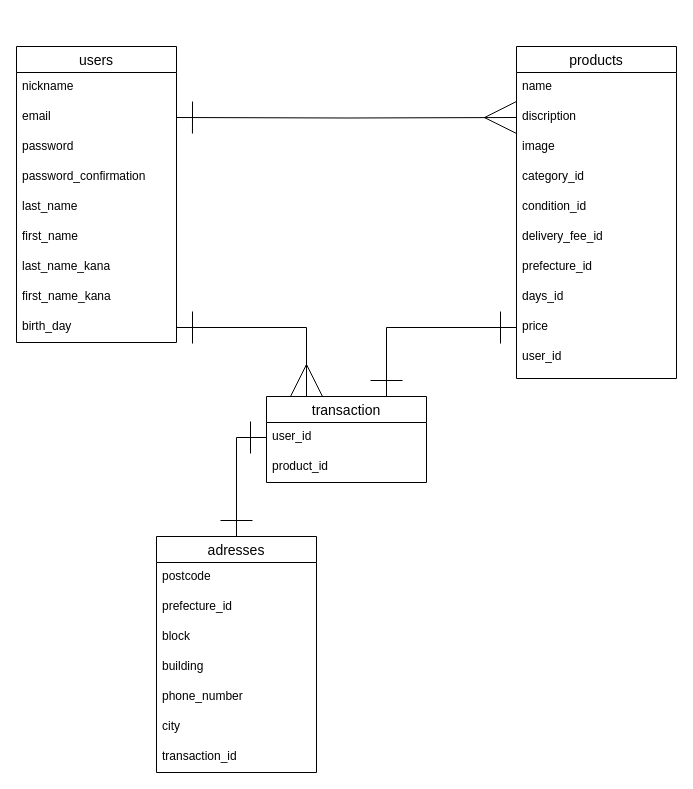
The draw.io diagram er.dio in tatsuhiko-ooya/furima-33822, before the edit. Source tidied: cells renumbered, new cells numbered last; positions are measured from the earlier drawing's top-left corner, leaving out a move shared by most shapes. Both pictures are drawn from the tidied source at 100%, with x=0, y=0 at pixel (16, 46).
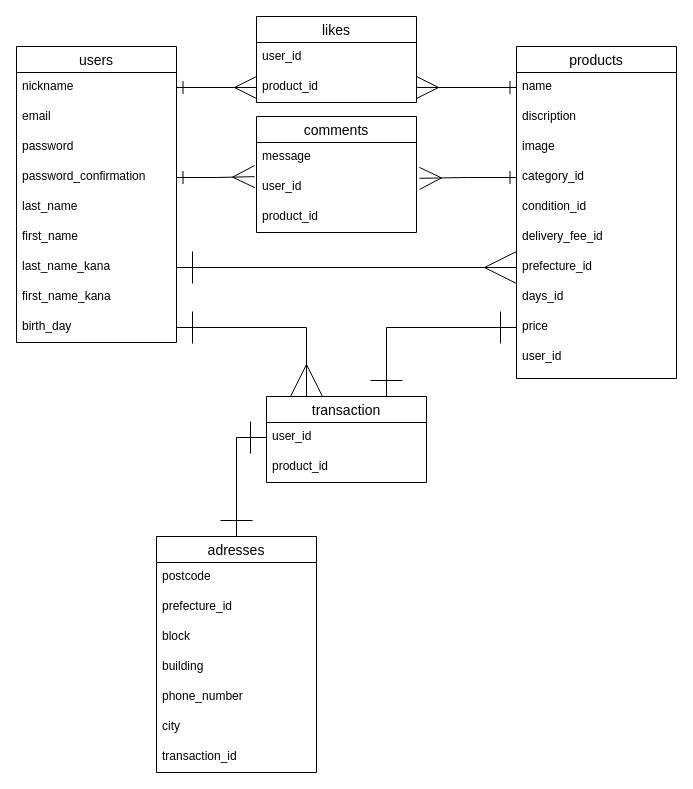
Above is the later version.

Unchanged cells that the change refers to:
```xml
<mxCell id="6" value="name" style="text;strokeColor=none;fillColor=none;spacingLeft=4;spacingRight=4;overflow=hidden;points=[[0,0.5],[1,0.5]];portConstraint=eastwest;fontSize=12;" parent="5" vertex="1">
  <mxGeometry y="26" width="160" height="30" as="geometry" />
</mxCell>
<mxCell id="7" value="discription" style="text;strokeColor=none;fillColor=none;spacingLeft=4;spacingRight=4;overflow=hidden;points=[[0,0.5],[1,0.5]];portConstraint=eastwest;fontSize=12;" parent="5" vertex="1">
  <mxGeometry y="56" width="160" height="30" as="geometry" />
</mxCell>
<mxCell id="9" value="category_id" style="text;strokeColor=none;fillColor=none;spacingLeft=4;spacingRight=4;overflow=hidden;points=[[0,0.5],[1,0.5]];portConstraint=eastwest;fontSize=12;" parent="5" vertex="1">
  <mxGeometry y="116" width="160" height="30" as="geometry" />
</mxCell>
<mxCell id="12" value="prefecture_id" style="text;strokeColor=none;fillColor=none;spacingLeft=4;spacingRight=4;overflow=hidden;points=[[0,0.5],[1,0.5]];portConstraint=eastwest;fontSize=12;" parent="5" vertex="1">
  <mxGeometry y="206" width="160" height="30" as="geometry" />
</mxCell>
<mxCell id="18" value="nickname" style="text;strokeColor=none;fillColor=none;spacingLeft=4;spacingRight=4;overflow=hidden;points=[[0,0.5],[1,0.5]];portConstraint=eastwest;fontSize=12;" parent="17" vertex="1">
  <mxGeometry y="26" width="160" height="30" as="geometry" />
</mxCell>
<mxCell id="21" value="password_confirmation" style="text;strokeColor=none;fillColor=none;spacingLeft=4;spacingRight=4;overflow=hidden;points=[[0,0.5],[1,0.5]];portConstraint=eastwest;fontSize=12;" parent="17" vertex="1">
  <mxGeometry y="116" width="160" height="30" as="geometry" />
</mxCell>
<mxCell id="24" value="last_name_kana" style="text;strokeColor=none;fillColor=none;spacingLeft=4;spacingRight=4;overflow=hidden;points=[[0,0.5],[1,0.5]];portConstraint=eastwest;fontSize=12;" parent="17" vertex="1">
  <mxGeometry y="206" width="160" height="30" as="geometry" />
</mxCell>
```

Diff of the diagram source:
```diff
@@
-    <mxCell id="16" style="edgeStyle=orthogonalEdgeStyle;rounded=0;jettySize=auto;html=1;exitX=1;exitY=0.5;exitDx=0;exitDy=0;endArrow=ERmany;endFill=0;entryX=0;entryY=0.5;entryDx=0;entryDy=0;startArrow=ERone;startFill=0;endSize=30;startSize=30;" parent="1" edge="1" target="7">
-      <mxGeometry relative="1" as="geometry">
-        <mxPoint x="160" y="71" as="sourcePoint" />
-      </mxGeometry>
-    </mxCell>
@@
+    <mxCell id="38" value="likes" style="swimlane;fontStyle=0;horizontal=1;startSize=26;align=center;fontSize=14;" parent="1" vertex="1">
+      <mxGeometry x="240" y="-30" width="160" height="86" as="geometry" />
+    </mxCell>
+    <mxCell id="39" value="user_id" style="text;strokeColor=none;fillColor=none;spacingLeft=4;spacingRight=4;overflow=hidden;fontSize=12;" parent="38" vertex="1">
+      <mxGeometry y="26" width="160" height="30" as="geometry" />
+    </mxCell>
+    <mxCell id="40" value="product_id" style="text;strokeColor=none;fillColor=none;spacingLeft=4;spacingRight=4;overflow=hidden;points=[[0,0.5],[1,0.5]];portConstraint=eastwest;fontSize=12;" parent="38" vertex="1">
+      <mxGeometry y="56" width="160" height="30" as="geometry" />
+    </mxCell>
+    <mxCell id="41" value="comments" style="swimlane;fontStyle=0;horizontal=1;startSize=26;align=center;fontSize=14;" parent="1" vertex="1">
+      <mxGeometry x="240" y="70" width="160" height="116" as="geometry" />
+    </mxCell>
+    <mxCell id="42" value="message" style="text;strokeColor=none;fillColor=none;spacingLeft=4;spacingRight=4;overflow=hidden;fontSize=12;" parent="41" vertex="1">
+      <mxGeometry y="26" width="160" height="30" as="geometry" />
+    </mxCell>
+    <mxCell id="43" value="user_id" style="text;strokeColor=none;fillColor=none;spacingLeft=4;spacingRight=4;overflow=hidden;points=[[0,0.5],[1,0.5]];portConstraint=eastwest;fontSize=12;" parent="41" vertex="1">
+      <mxGeometry y="56" width="160" height="30" as="geometry" />
+    </mxCell>
+    <mxCell id="44" value="product_id" style="text;strokeColor=none;fillColor=none;spacingLeft=4;spacingRight=4;overflow=hidden;fontSize=12;" parent="41" vertex="1">
+      <mxGeometry y="86" width="160" height="30" as="geometry" />
+    </mxCell>
+    <mxCell id="45" style="edgeStyle=orthogonalEdgeStyle;rounded=0;jettySize=auto;html=1;exitX=1;exitY=0.5;exitDx=0;exitDy=0;entryX=0;entryY=0.5;entryDx=0;entryDy=0;startArrow=ERone;startFill=0;startSize=30;endArrow=ERmany;endFill=0;endSize=30;" parent="1" edge="1" source="24" target="12">
+      <mxGeometry relative="1" as="geometry" />
+    </mxCell>
+    <mxCell id="46" style="edgeStyle=orthogonalEdgeStyle;rounded=0;jettySize=auto;html=1;exitX=1;exitY=0.5;exitDx=0;exitDy=0;entryX=0;entryY=0.5;entryDx=0;entryDy=0;startArrow=ERone;startFill=0;startSize=11;endArrow=ERmany;endFill=0;endSize=20;" parent="1" edge="1" source="18" target="40">
+      <mxGeometry relative="1" as="geometry" />
+    </mxCell>
+    <mxCell id="47" style="edgeStyle=orthogonalEdgeStyle;rounded=0;jettySize=auto;html=1;exitX=0;exitY=0.5;exitDx=0;exitDy=0;entryX=1;entryY=0.5;entryDx=0;entryDy=0;startArrow=ERone;startFill=0;startSize=11;endArrow=ERmany;endFill=0;endSize=20;" parent="1" edge="1" source="6" target="40">
+      <mxGeometry relative="1" as="geometry" />
+    </mxCell>
+    <mxCell id="48" style="edgeStyle=orthogonalEdgeStyle;rounded=0;jettySize=auto;html=1;exitX=1;exitY=0.5;exitDx=0;exitDy=0;entryX=-0.012;entryY=0.139;entryDx=0;entryDy=0;entryPerimeter=0;startArrow=ERone;startFill=0;startSize=11;endArrow=ERmany;endFill=0;endSize=20;" parent="1" edge="1" source="21" target="43">
+      <mxGeometry relative="1" as="geometry" />
+    </mxCell>
+    <mxCell id="49" style="edgeStyle=orthogonalEdgeStyle;rounded=0;jettySize=auto;html=1;exitX=0;exitY=0.5;exitDx=0;exitDy=0;entryX=1.019;entryY=0.194;entryDx=0;entryDy=0;entryPerimeter=0;startArrow=ERone;startFill=0;startSize=11;endArrow=ERmany;endFill=0;endSize=20;" parent="1" edge="1" source="9" target="43">
+      <mxGeometry relative="1" as="geometry" />
+    </mxCell>
```
